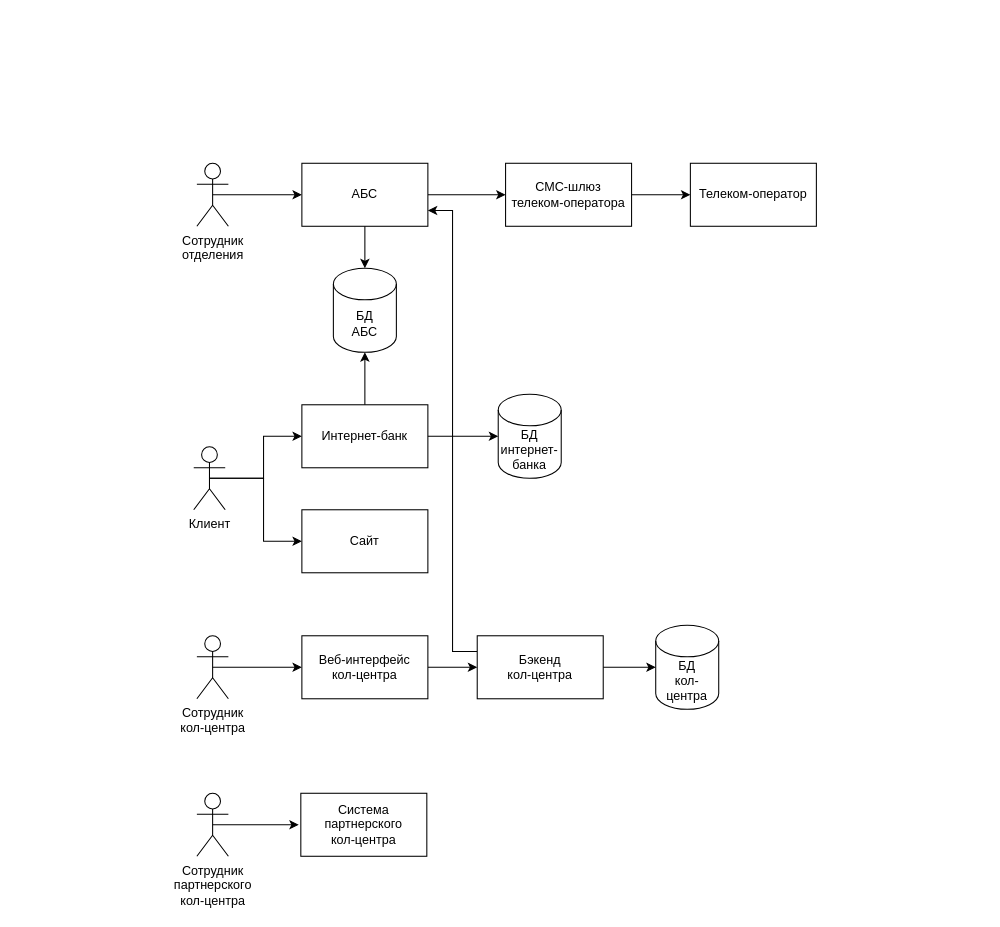
Earlier version of the draw.io diagram Task1/integration_scheme.drawio (Dryannykh/architecture-standart). Source tidied: cells renumbered, new cells numbered last; positions are measured from the earlier drawing's top-left corner, leaving out a move shared by most shapes. Both pictures are drawn from the tidied source at 105%, with x=0, y=0 at pixel (193, 163).
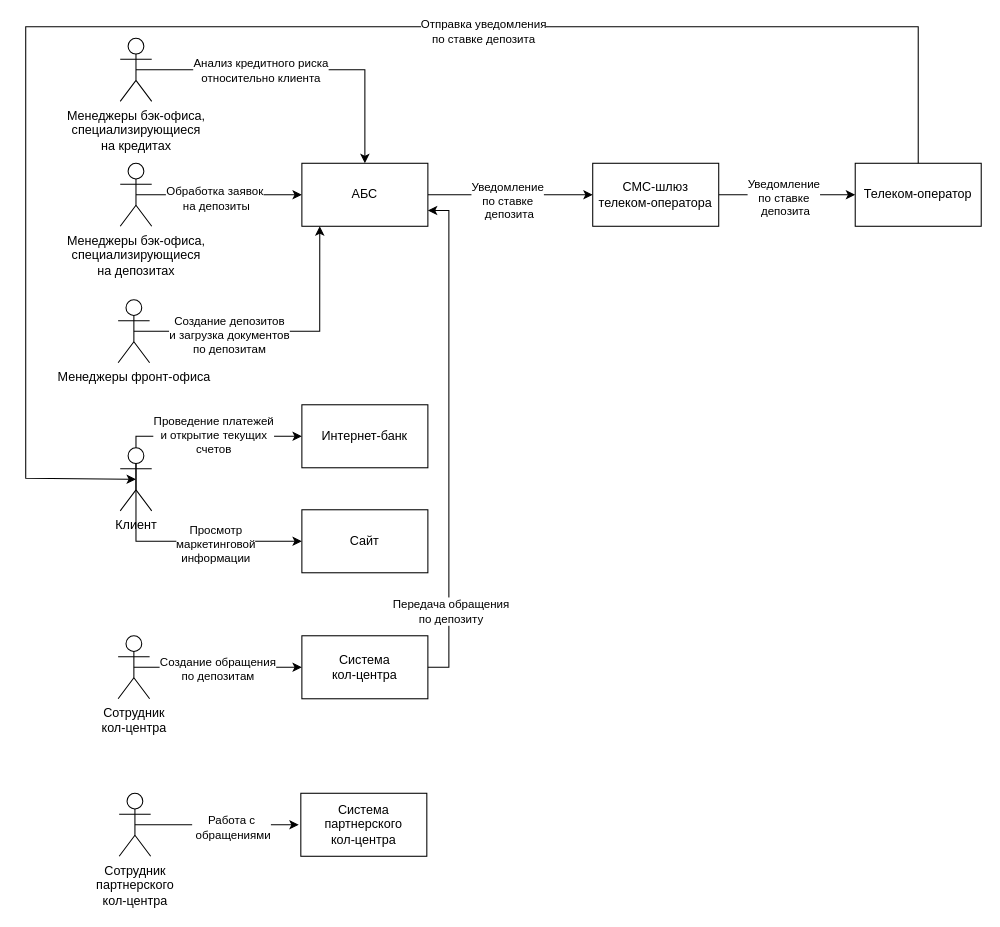
After the change.

Unchanged cells that the change refers to:
```xml
<mxCell id="5" style="edgeStyle=orthogonalEdgeStyle;rounded=0;jettySize=auto;html=1;exitX=0.5;exitY=0.5;exitDx=0;exitDy=0;exitPerimeter=0;entryX=0;entryY=0.5;entryDx=0;entryDy=0;" parent="1" edge="1" source="6" target="11">
  <mxGeometry relative="1" as="geometry" />
</mxCell>
<mxCell id="7" style="edgeStyle=orthogonalEdgeStyle;rounded=0;jettySize=auto;html=1;exitX=0.5;exitY=0.5;exitDx=0;exitDy=0;exitPerimeter=0;entryX=0;entryY=0.5;entryDx=0;entryDy=0;" parent="1" edge="1" source="8" target="13">
  <mxGeometry relative="1" as="geometry" />
</mxCell>
<mxCell id="9" value="Интернет-банк" style="rounded=0;whiteSpace=wrap;html=1;" parent="1" vertex="1">
  <mxGeometry x="103" y="230" width="120" height="60" as="geometry" />
</mxCell>
<mxCell id="10" style="edgeStyle=orthogonalEdgeStyle;rounded=0;jettySize=auto;html=1;exitX=1;exitY=0.5;exitDx=0;exitDy=0;entryX=0;entryY=0.5;entryDx=0;entryDy=0;" parent="1" edge="1" source="11" target="16">
  <mxGeometry relative="1" as="geometry" />
</mxCell>
<mxCell id="11" value="АБС" style="rounded=0;whiteSpace=wrap;html=1;" parent="1" vertex="1">
  <mxGeometry x="103" width="120" height="60" as="geometry" />
</mxCell>
<mxCell id="15" style="edgeStyle=orthogonalEdgeStyle;rounded=0;jettySize=auto;html=1;exitX=1;exitY=0.5;exitDx=0;exitDy=0;" parent="1" edge="1" source="16" target="17">
  <mxGeometry relative="1" as="geometry" />
</mxCell>
<mxCell id="18" value="Сайт" style="rounded=0;whiteSpace=wrap;html=1;" parent="1" vertex="1">
  <mxGeometry x="103" y="330" width="120" height="60" as="geometry" />
</mxCell>
<mxCell id="22" style="edgeStyle=orthogonalEdgeStyle;rounded=0;jettySize=auto;html=1;exitX=0.5;exitY=0.5;exitDx=0;exitDy=0;exitPerimeter=0;" parent="1" edge="1" source="23">
  <mxGeometry relative="1" as="geometry">
    <mxPoint x="100" y="630" as="targetPoint" />
  </mxGeometry>
</mxCell>
```

The edit, as a diff of the source:
```diff
@@
     <mxCell id="2" style="edgeStyle=orthogonalEdgeStyle;rounded=0;jettySize=auto;html=1;exitX=0.5;exitY=0.5;exitDx=0;exitDy=0;exitPerimeter=0;entryX=0;entryY=0.5;entryDx=0;entryDy=0;" parent="1" edge="1" source="4" target="9">
-      <mxGeometry relative="1" as="geometry" />
+      <mxGeometry relative="1" as="geometry">
+        <Array as="points">
+          <mxPoint x="-55" y="260" />
+        </Array>
+      </mxGeometry>
     </mxCell>
+    <mxCell id="30" value="Проведение платежей&lt;div&gt;и открытие текущих&lt;/div&gt;&lt;div&gt;счетов&lt;/div&gt;" style="edgeLabel;html=1;align=center;verticalAlign=middle;" parent="2" vertex="1">
+      <mxGeometry x="0.15" y="2" relative="1" as="geometry" />
+    </mxCell>
     <mxCell id="3" style="edgeStyle=orthogonalEdgeStyle;rounded=0;jettySize=auto;html=1;exitX=0.5;exitY=0.5;exitDx=0;exitDy=0;exitPerimeter=0;entryX=0;entryY=0.5;entryDx=0;entryDy=0;" parent="1" edge="1" source="4" target="18">
-      <mxGeometry relative="1" as="geometry" />
+      <mxGeometry relative="1" as="geometry">
+        <Array as="points">
+          <mxPoint x="-55" y="360" />
+        </Array>
+      </mxGeometry>
     </mxCell>
+    <mxCell id="31" value="Просмотр&lt;div&gt;маркетинговой&lt;/div&gt;&lt;div&gt;информации&lt;/div&gt;" style="edgeLabel;html=1;align=center;verticalAlign=middle;" parent="3" vertex="1">
+      <mxGeometry x="-0.41" y="-2" relative="1" as="geometry">
+        <mxPoint x="70" as="offset" />
+      </mxGeometry>
+    </mxCell>
     <mxCell id="4" value="Клиент" style="shape=umlActor;verticalLabelPosition=bottom;verticalAlign=top;html=1;outlineConnect=0;" parent="1" vertex="1">
-      <mxGeometry y="270" width="30" height="60" as="geometry" />
+      <mxGeometry x="-70" y="271" width="30" height="60" as="geometry" />
     </mxCell>
@@
+    <mxCell id="32" value="Обработка заявок&lt;div&gt;&amp;nbsp;на депозиты&lt;br&gt;&lt;/div&gt;" style="edgeLabel;html=1;align=center;verticalAlign=middle;" parent="5" vertex="1">
+      <mxGeometry x="-0.06" y="-3" relative="1" as="geometry" />
+    </mxCell>
-    <mxCell id="6" value="Сотрудник&lt;div&gt;отделения&lt;/div&gt;" style="shape=umlActor;verticalLabelPosition=bottom;verticalAlign=top;html=1;outlineConnect=0;" parent="1" vertex="1">
-      <mxGeometry x="3" width="30" height="60" as="geometry" />
+    <mxCell id="6" value="Менеджеры бэк-офиса,&lt;div&gt;&amp;nbsp;специализирующиеся&amp;nbsp;&lt;/div&gt;&lt;div&gt;на депозитах&lt;/div&gt;" style="shape=umlActor;verticalLabelPosition=bottom;verticalAlign=top;html=1;outlineConnect=0;" parent="1" vertex="1">
+      <mxGeometry x="-70" width="30" height="60" as="geometry" />
     </mxCell>
@@
+    <mxCell id="33" value="Создание обращения&lt;div&gt;по депозитам&lt;/div&gt;" style="edgeLabel;html=1;align=center;verticalAlign=middle;" parent="7" vertex="1">
+      <mxGeometry x="-0.01" y="-1" relative="1" as="geometry" />
+    </mxCell>
     <mxCell id="8" value="Сотрудник&lt;div&gt;кол-центра&lt;/div&gt;" style="shape=umlActor;verticalLabelPosition=bottom;verticalAlign=top;html=1;outlineConnect=0;" parent="1" vertex="1">
-      <mxGeometry x="3" y="450" width="30" height="60" as="geometry" />
+      <mxGeometry x="-72" y="450" width="30" height="60" as="geometry" />
     </mxCell>
@@
+    <mxCell id="34" value="&lt;div&gt;Уведомление&lt;div&gt;по ставке&lt;/div&gt;&lt;div&gt;&amp;nbsp;депозита&lt;/div&gt;&lt;/div&gt;" style="edgeLabel;html=1;align=center;verticalAlign=middle;" parent="10" vertex="1">
+      <mxGeometry x="-0.04" y="-5" relative="1" as="geometry" />
+    </mxCell>
@@
-    <mxCell id="12" style="edgeStyle=orthogonalEdgeStyle;rounded=0;jettySize=auto;html=1;exitX=1;exitY=0.5;exitDx=0;exitDy=0;entryX=0;entryY=0.5;entryDx=0;entryDy=0;" parent="1" edge="1" source="13" target="27">
-      <mxGeometry relative="1" as="geometry" />
-    </mxCell>
-    <mxCell id="13" value="Веб-интерфейс&lt;div&gt;кол-центра&lt;/div&gt;" style="rounded=0;whiteSpace=wrap;html=1;" parent="1" vertex="1">
+    <mxCell id="13" value="Система&lt;div&gt;кол-центра&lt;/div&gt;" style="rounded=0;whiteSpace=wrap;html=1;" parent="1" vertex="1">
       <mxGeometry x="103" y="450" width="120" height="60" as="geometry" />
     </mxCell>
@@
+    <mxCell id="35" value="&lt;div&gt;Уведомление&lt;div&gt;по ставке&lt;/div&gt;&lt;div&gt;&amp;nbsp;депозита&lt;/div&gt;&lt;/div&gt;" style="edgeLabel;html=1;align=center;verticalAlign=middle;" parent="15" vertex="1">
+      <mxGeometry x="-0.06" y="-2" relative="1" as="geometry" />
+    </mxCell>
     <mxCell id="16" value="СМС-шлюз&lt;div&gt;телеком-оператора&lt;/div&gt;" style="rounded=0;whiteSpace=wrap;html=1;" parent="1" vertex="1">
-      <mxGeometry x="297" width="120" height="60" as="geometry" />
+      <mxGeometry x="380" width="120" height="60" as="geometry" />
     </mxCell>
     <mxCell id="17" value="Телеком-оператор" style="rounded=0;whiteSpace=wrap;html=1;" parent="1" vertex="1">
-      <mxGeometry x="473" width="120" height="60" as="geometry" />
+      <mxGeometry x="630" width="120" height="60" as="geometry" />
     </mxCell>
@@
-    <mxCell id="19" value="БД&lt;div&gt;АБС&lt;/div&gt;" style="shape=cylinder3;whiteSpace=wrap;html=1;boundedLbl=1;backgroundOutline=1;size=15;" parent="1" vertex="1">
-      <mxGeometry x="133" y="100" width="60" height="80" as="geometry" />
-    </mxCell>
-    <mxCell id="20" style="edgeStyle=orthogonalEdgeStyle;rounded=0;jettySize=auto;html=1;exitX=0.5;exitY=1;exitDx=0;exitDy=0;entryX=0.5;entryY=0;entryDx=0;entryDy=0;entryPerimeter=0;" parent="1" edge="1" source="11" target="19">
-      <mxGeometry relative="1" as="geometry" />
-    </mxCell>
-    <mxCell id="21" style="edgeStyle=orthogonalEdgeStyle;rounded=0;jettySize=auto;html=1;exitX=0.5;exitY=0;exitDx=0;exitDy=0;entryX=0.5;entryY=1;entryDx=0;entryDy=0;entryPerimeter=0;" parent="1" edge="1" source="9" target="19">
-      <mxGeometry relative="1" as="geometry" />
-    </mxCell>
@@
+    <mxCell id="36" value="Работа с&lt;div&gt;&amp;nbsp;обращениями&lt;/div&gt;" style="edgeLabel;html=1;align=center;verticalAlign=middle;" parent="22" vertex="1">
+      <mxGeometry x="0.18" y="-2" relative="1" as="geometry" />
+    </mxCell>
     <mxCell id="23" value="Сотрудник&lt;div&gt;партнерского&lt;br&gt;&lt;div&gt;кол-центра&lt;/div&gt;&lt;/div&gt;" style="shape=umlActor;verticalLabelPosition=bottom;verticalAlign=top;html=1;outlineConnect=0;" parent="1" vertex="1">
-      <mxGeometry x="3" y="600" width="30" height="60" as="geometry" />
+      <mxGeometry x="-71" y="600" width="30" height="60" as="geometry" />
     </mxCell>
-    <mxCell id="24" value="БД&lt;div&gt;интернет-банка&lt;/div&gt;" style="shape=cylinder3;whiteSpace=wrap;html=1;boundedLbl=1;backgroundOutline=1;size=15;" parent="1" vertex="1">
-      <mxGeometry x="290" y="220" width="60" height="80" as="geometry" />
-    </mxCell>
-    <mxCell id="25" style="edgeStyle=orthogonalEdgeStyle;rounded=0;jettySize=auto;html=1;exitX=1;exitY=0.5;exitDx=0;exitDy=0;entryX=0;entryY=0.5;entryDx=0;entryDy=0;entryPerimeter=0;" parent="1" edge="1" source="9" target="24">
-      <mxGeometry relative="1" as="geometry" />
-    </mxCell>
-    <mxCell id="26" style="edgeStyle=orthogonalEdgeStyle;rounded=0;jettySize=auto;html=1;exitX=0;exitY=0.25;exitDx=0;exitDy=0;entryX=1;entryY=0.75;entryDx=0;entryDy=0;" parent="1" edge="1" source="27" target="11">
+    <mxCell id="26" style="edgeStyle=orthogonalEdgeStyle;rounded=0;jettySize=auto;html=1;exitX=1;exitY=0.5;exitDx=0;exitDy=0;entryX=1;entryY=0.75;entryDx=0;entryDy=0;" parent="1" edge="1" source="13" target="11">
       <mxGeometry relative="1" as="geometry" />
     </mxCell>
-    <mxCell id="27" value="Бэкенд&lt;div&gt;кол-центра&lt;/div&gt;" style="rounded=0;whiteSpace=wrap;html=1;" parent="1" vertex="1">
-      <mxGeometry x="270" y="450" width="120" height="60" as="geometry" />
-    </mxCell>
-    <mxCell id="28" value="БД&lt;div&gt;кол-центра&lt;/div&gt;" style="shape=cylinder3;whiteSpace=wrap;html=1;boundedLbl=1;backgroundOutline=1;size=15;" parent="1" vertex="1">
-      <mxGeometry x="440" y="440" width="60" height="80" as="geometry" />
-    </mxCell>
-    <mxCell id="29" style="edgeStyle=orthogonalEdgeStyle;rounded=0;jettySize=auto;html=1;exitX=1;exitY=0.5;exitDx=0;exitDy=0;entryX=0;entryY=0.5;entryDx=0;entryDy=0;entryPerimeter=0;" parent="1" edge="1" source="27" target="28">
-      <mxGeometry relative="1" as="geometry" />
-    </mxCell>
+    <mxCell id="37" value="Передача обращения&lt;div&gt;по депозиту&lt;/div&gt;" style="edgeLabel;html=1;align=center;verticalAlign=middle;" parent="26" vertex="1">
+      <mxGeometry x="-0.69" y="-1" relative="1" as="geometry" />
+    </mxCell>
+    <mxCell id="38" style="edgeStyle=orthogonalEdgeStyle;rounded=0;jettySize=auto;html=1;exitX=0.5;exitY=0.5;exitDx=0;exitDy=0;exitPerimeter=0;entryX=0.5;entryY=0;entryDx=0;entryDy=0;" parent="1" edge="1" source="40" target="11">
+      <mxGeometry relative="1" as="geometry" />
+    </mxCell>
+    <mxCell id="39" value="Анализ кредитного риска&lt;div&gt;относительно клиента&lt;/div&gt;" style="edgeLabel;html=1;align=center;verticalAlign=middle;" parent="38" vertex="1">
+      <mxGeometry x="-0.23" relative="1" as="geometry" />
+    </mxCell>
+    <mxCell id="40" value="Менеджеры бэк-офиса,&lt;div&gt;&amp;nbsp;специализирующиеся&amp;nbsp;&lt;/div&gt;&lt;div&gt;на кредитах&lt;/div&gt;" style="shape=umlActor;verticalLabelPosition=bottom;verticalAlign=top;html=1;outlineConnect=0;" parent="1" vertex="1">
+      <mxGeometry x="-70" y="-119" width="30" height="60" as="geometry" />
+    </mxCell>
+    <mxCell id="41" style="edgeStyle=orthogonalEdgeStyle;rounded=0;jettySize=auto;html=1;exitX=0.5;exitY=0;exitDx=0;exitDy=0;entryX=0.5;entryY=0.5;entryDx=0;entryDy=0;entryPerimeter=0;" parent="1" edge="1" source="17" target="4">
+      <mxGeometry relative="1" as="geometry">
+        <Array as="points">
+          <mxPoint x="690" y="-130" />
+          <mxPoint x="-160" y="-130" />
+          <mxPoint x="-160" y="300" />
+        </Array>
+      </mxGeometry>
+    </mxCell>
+    <mxCell id="42" value="Отправка уведомления&lt;div&gt;по ставке депозита&lt;/div&gt;" style="edgeLabel;html=1;align=center;verticalAlign=middle;" parent="41" vertex="1">
+      <mxGeometry x="-0.28" y="4" relative="1" as="geometry" />
+    </mxCell>
+    <mxCell id="43" value="Менеджеры фронт-офиса" style="shape=umlActor;verticalLabelPosition=bottom;verticalAlign=top;html=1;outlineConnect=0;" parent="1" vertex="1">
+      <mxGeometry x="-72" y="130" width="30" height="60" as="geometry" />
+    </mxCell>
+    <mxCell id="44" style="edgeStyle=orthogonalEdgeStyle;rounded=0;jettySize=auto;html=1;exitX=0.5;exitY=0.5;exitDx=0;exitDy=0;exitPerimeter=0;entryX=0.142;entryY=1;entryDx=0;entryDy=0;entryPerimeter=0;" parent="1" edge="1" source="43" target="11">
+      <mxGeometry relative="1" as="geometry" />
+    </mxCell>
+    <mxCell id="45" value="Создание депозитов&lt;div&gt;и загрузка документов&lt;/div&gt;&lt;div&gt;по депозитам&lt;/div&gt;" style="edgeLabel;html=1;align=center;verticalAlign=middle;" parent="44" vertex="1">
+      <mxGeometry x="-0.35" y="-3" relative="1" as="geometry" />
+    </mxCell>
```
